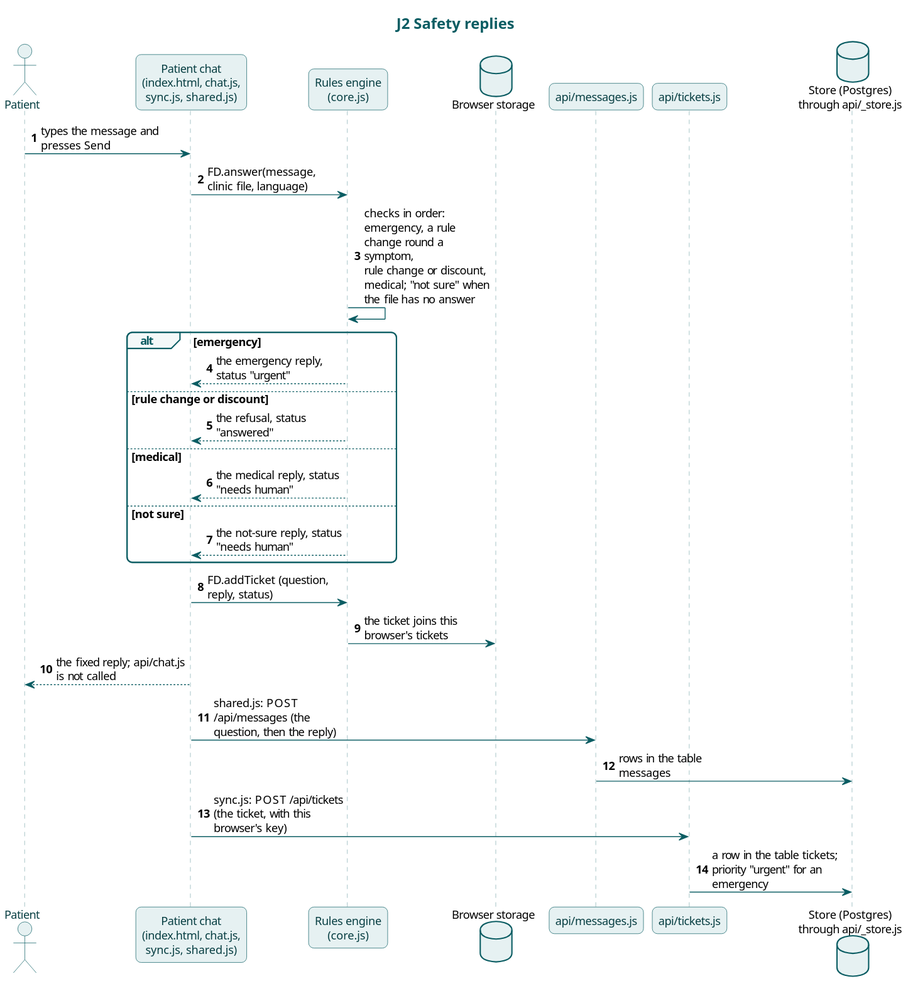
Before: docs/diagrams/j2-safety-replies.svg, a diagram exported from PlantUML (karwasanjay007/frontdesk-ai-docs).
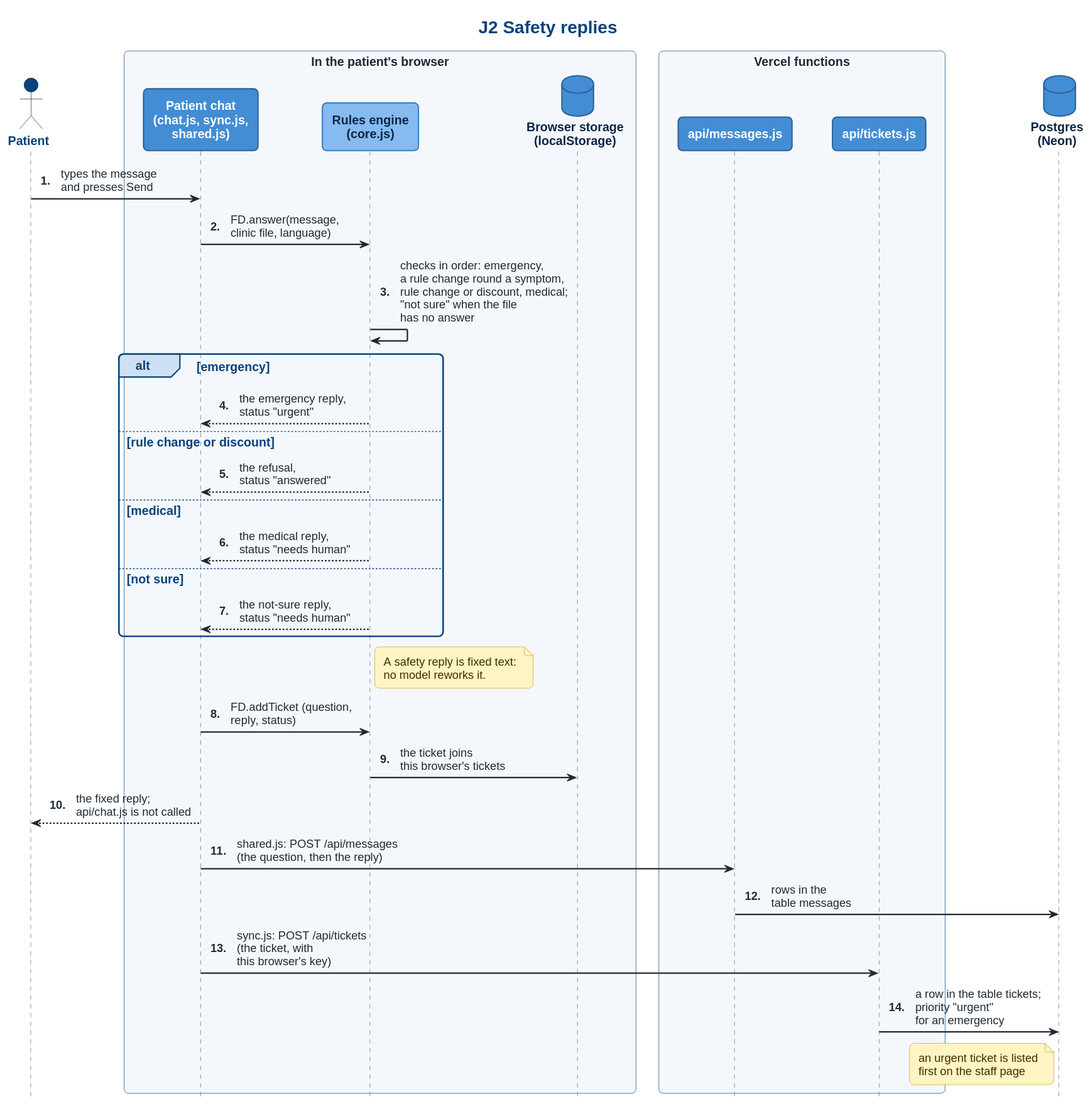
Above is the later version.

The edit, as a diff of the source:
```diff
@@ -1,32 +1,37 @@
 @startuml
-!include style.iuml
+!include c4-sequence.iuml
 title J2 Safety replies
-actor Patient
-participant "Patient chat\n(index.html, chat.js,\nsync.js, shared.js)" as Chat
-participant "Rules engine\n(core.js)" as Core
-database "Browser storage" as LS
-participant "api/messages.js" as Msg
-participant "api/tickets.js" as Tix
-database "Store (Postgres)\nthrough api/_store.js" as Store
-autonumber
+actor "Patient" as Patient <<person>>
+box "In the patient's browser"
+participant "Patient chat\n(chat.js, sync.js,\nshared.js)" as Chat <<container>>
+participant "Rules engine\n(core.js)" as Core <<component>>
+database "Browser storage\n(localStorage)" as LS <<store>>
+end box
+box "Vercel functions"
+participant "api/messages.js" as Msg <<container>>
+participant "api/tickets.js" as Tix <<container>>
+end box
+database "Postgres\n(Neon)" as Store <<store>>
 
-Patient -> Chat : types the message and presses Send
-Chat -> Core : FD.answer(message, clinic file, language)
-Core -> Core : checks in order: emergency, a rule change round a symptom,\nrule change or discount, medical; "not sure" when the file has no answer
+Patient -> Chat : types the message\nand presses Send
+Chat -> Core : FD.answer(message,\nclinic file, language)
+Core -> Core : checks in order: emergency,\na rule change round a symptom,\nrule change or discount, medical;\n"not sure" when the file\nhas no answer
 alt emergency
-  Core --> Chat : the emergency reply, status "urgent"
+  Core --> Chat : the emergency reply,\nstatus "urgent"
 else rule change or discount
-  Core --> Chat : the refusal, status "answered"
+  Core --> Chat : the refusal,\nstatus "answered"
 else medical
-  Core --> Chat : the medical reply, status "needs human"
+  Core --> Chat : the medical reply,\nstatus "needs human"
 else not sure
-  Core --> Chat : the not-sure reply, status "needs human"
+  Core --> Chat : the not-sure reply,\nstatus "needs human"
 end
-Chat -> Core : FD.addTicket (question, reply, status)
-Core -> LS : the ticket joins this browser's tickets
-Chat --> Patient : the fixed reply; api/chat.js is not called
-Chat -> Msg : shared.js: POST /api/messages (the question, then the reply)
-Msg -> Store : rows in the table messages
-Chat -> Tix : sync.js: POST /api/tickets (the ticket, with this browser's key)
-Tix -> Store : a row in the table tickets; priority "urgent" for an emergency
+note right of Core : A safety reply is fixed text:\nno model reworks it.
+Chat -> Core : FD.addTicket (question,\nreply, status)
+Core -> LS : the ticket joins\nthis browser's tickets
+Chat --> Patient : the fixed reply;\napi/chat.js is not called
+Chat -> Msg : shared.js: POST /api/messages\n(the question, then the reply)
+Msg -> Store : rows in the\ntable messages
+Chat -> Tix : sync.js: POST /api/tickets\n(the ticket, with\nthis browser's key)
+Tix -> Store : a row in the table tickets;\npriority "urgent"\nfor an emergency
+note left of Store : an urgent ticket is listed\nfirst on the staff page
 @enduml
```
